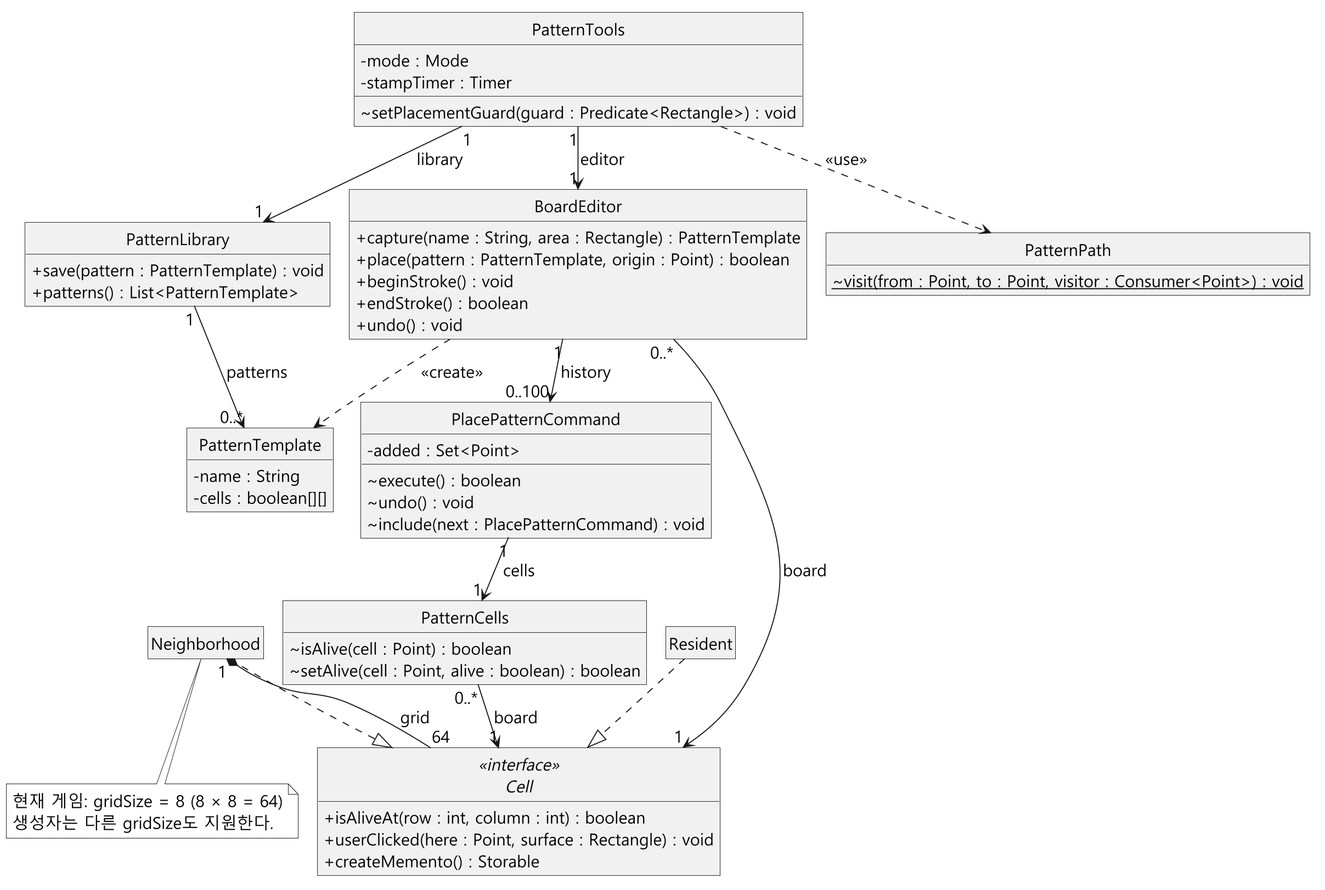
The PlantUML diagram docs/capture/diagrams/02-classes.png in mckimR1972/DP_team_project, before a commit.
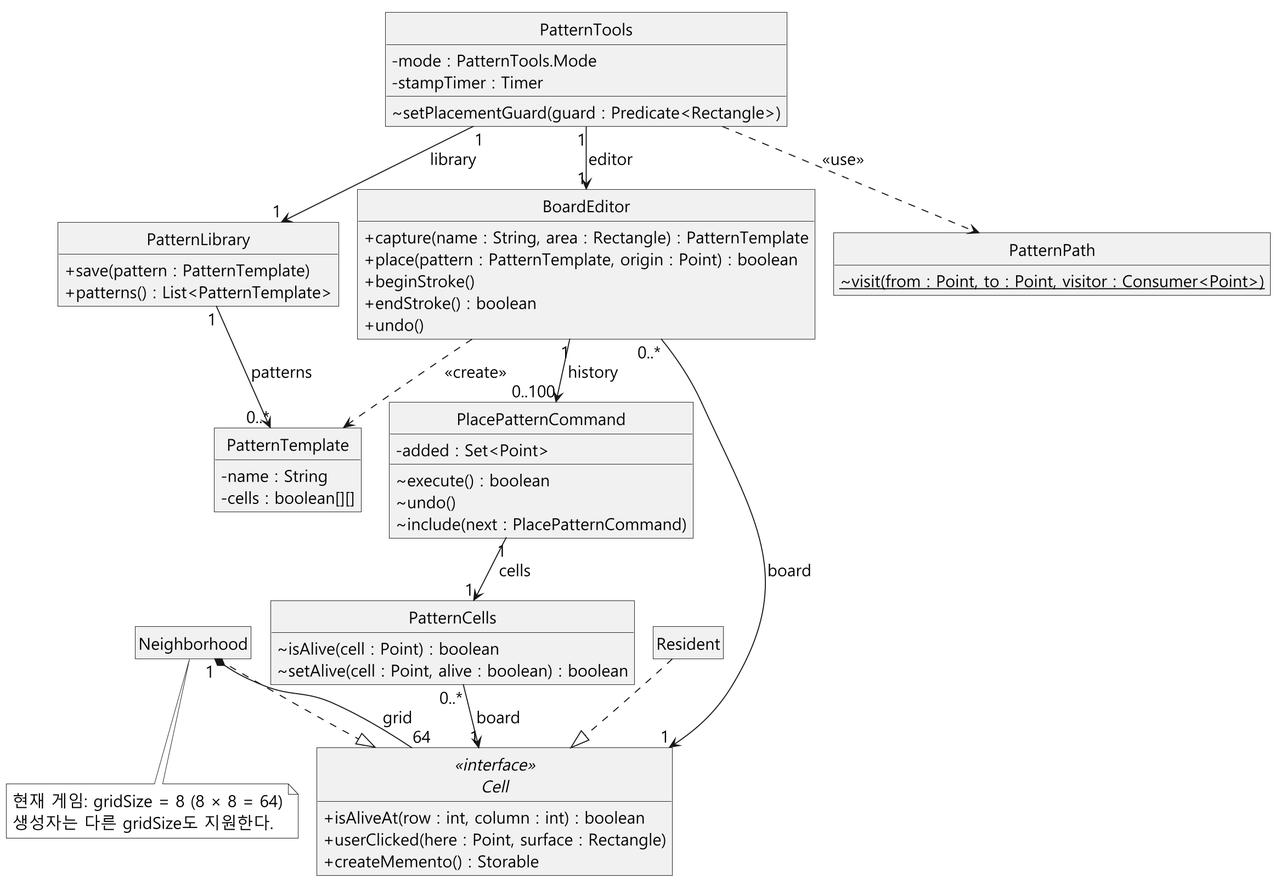
After the change.

Diff of the diagram source:
```diff
@@ -2,19 +2,19 @@
 !include theme.puml
 hide empty members
 class PatternTools {
-  -mode : Mode
+  -mode : PatternTools.Mode
   -stampTimer : Timer
-  ~setPlacementGuard(guard : Predicate<Rectangle>) : void
+  ~setPlacementGuard(guard : Predicate<Rectangle>)
 }
 class BoardEditor {
   +capture(name : String, area : Rectangle) : PatternTemplate
   +place(pattern : PatternTemplate, origin : Point) : boolean
-  +beginStroke() : void
+  +beginStroke()
   +endStroke() : boolean
-  +undo() : void
+  +undo()
 }
 class PatternLibrary {
-  +save(pattern : PatternTemplate) : void
+  +save(pattern : PatternTemplate)
   +patterns() : List<PatternTemplate>
 }
 class PatternTemplate {
@@ -24,19 +24,19 @@
 class PlacePatternCommand {
   -added : Set<Point>
   ~execute() : boolean
-  ~undo() : void
-  ~include(next : PlacePatternCommand) : void
+  ~undo()
+  ~include(next : PlacePatternCommand)
 }
 class PatternCells {
   ~isAlive(cell : Point) : boolean
   ~setAlive(cell : Point, alive : boolean) : boolean
 }
 class PatternPath {
-  {static} ~visit(from : Point, to : Point, visitor : Consumer<Point>) : void
+  {static} ~visit(from : Point, to : Point, visitor : Consumer<Point>)
 }
 interface Cell <<interface>> {
   +isAliveAt(row : int, column : int) : boolean
-  +userClicked(here : Point, surface : Rectangle) : void
+  +userClicked(here : Point, surface : Rectangle)
   +createMemento() : Storable
 }
 class Neighborhood
```
